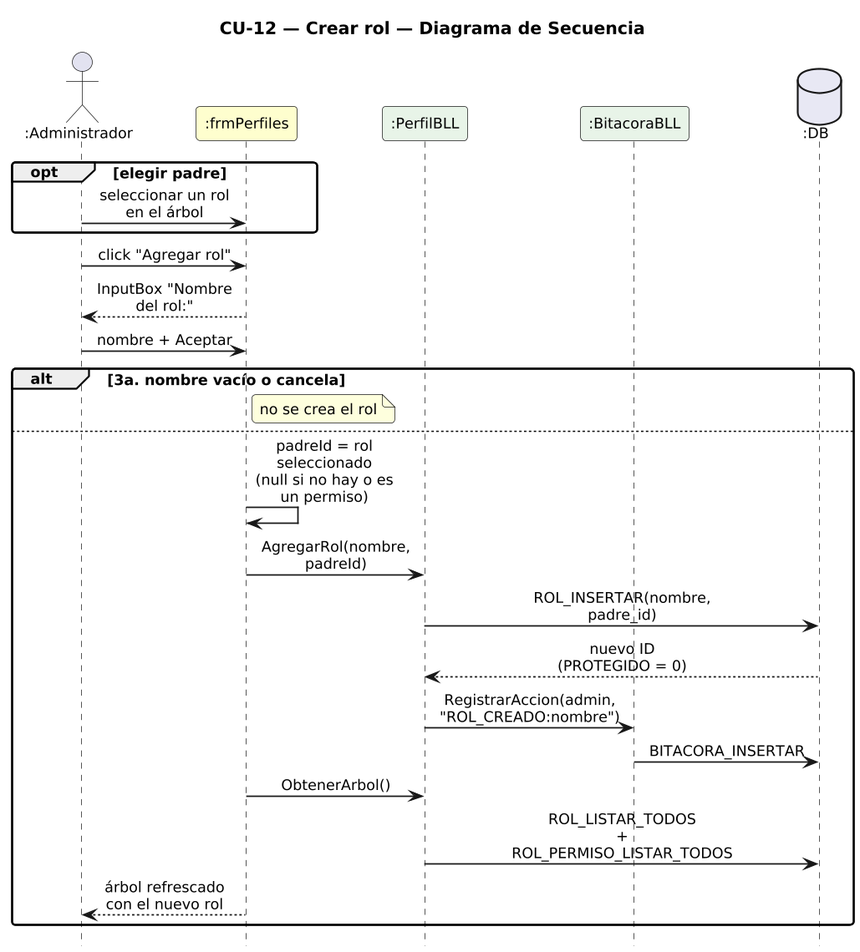
Earlier version of the PlantUML export DIAGRAMAS/DiagramaSecuencia_CU12_CrearRol.png (Urrels/ingenieria_software).
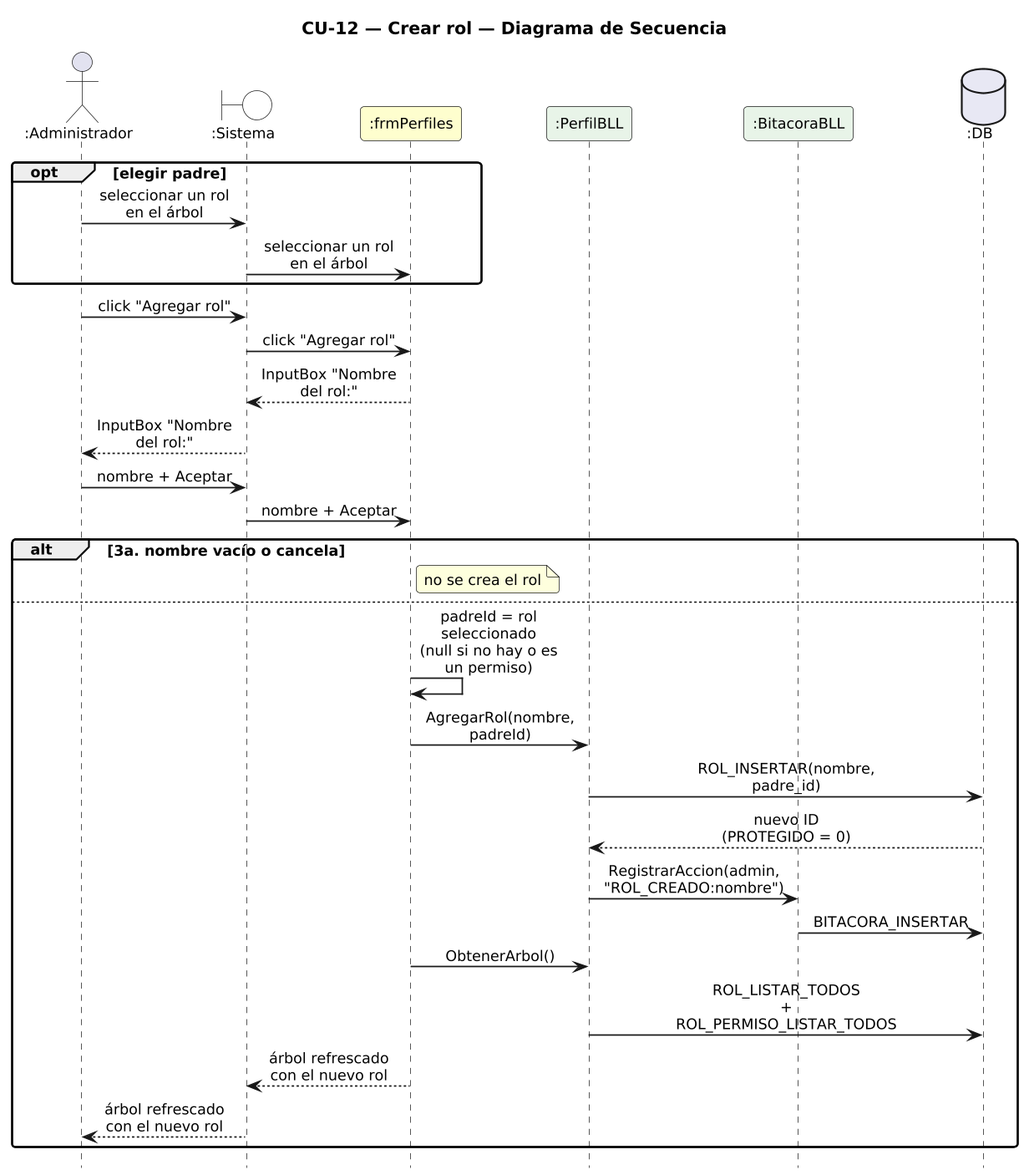
After the change.

What changed in the source:
```diff
@@ -14,17 +14,22 @@
 hide footbox
 
 actor ":Administrador" as A
+boundary ":Sistema" as SYS #FFFFFF
 participant ":frmPerfiles" as F #FEFECE
 participant ":PerfilBLL" as PB #E8F4E8
 participant ":BitacoraBLL" as BB #E8F4E8
 database ":DB" as DB #E8E8F4
 
 opt elegir padre
-  A -> F : seleccionar un rol en el árbol
+  A -> SYS : seleccionar un rol en el árbol
+  SYS -> F : seleccionar un rol en el árbol
 end
-A -> F : click "Agregar rol"
-F --> A : InputBox "Nombre del rol:"
-A -> F : nombre + Aceptar
+A -> SYS : click "Agregar rol"
+SYS -> F : click "Agregar rol"
+F --> SYS : InputBox "Nombre del rol:"
+SYS --> A : InputBox "Nombre del rol:"
+A -> SYS : nombre + Aceptar
+SYS -> F : nombre + Aceptar
 alt 3a. nombre vacío o cancela
   note right of F : no se crea el rol
 else
@@ -36,7 +41,8 @@
   BB -> DB : BITACORA_INSERTAR
   F -> PB : ObtenerArbol()
   PB -> DB : ROL_LISTAR_TODOS + ROL_PERMISO_LISTAR_TODOS
-  F --> A : árbol refrescado con el nuevo rol
+  F --> SYS : árbol refrescado con el nuevo rol
+  SYS --> A : árbol refrescado con el nuevo rol
 end
 
 @enduml
```
